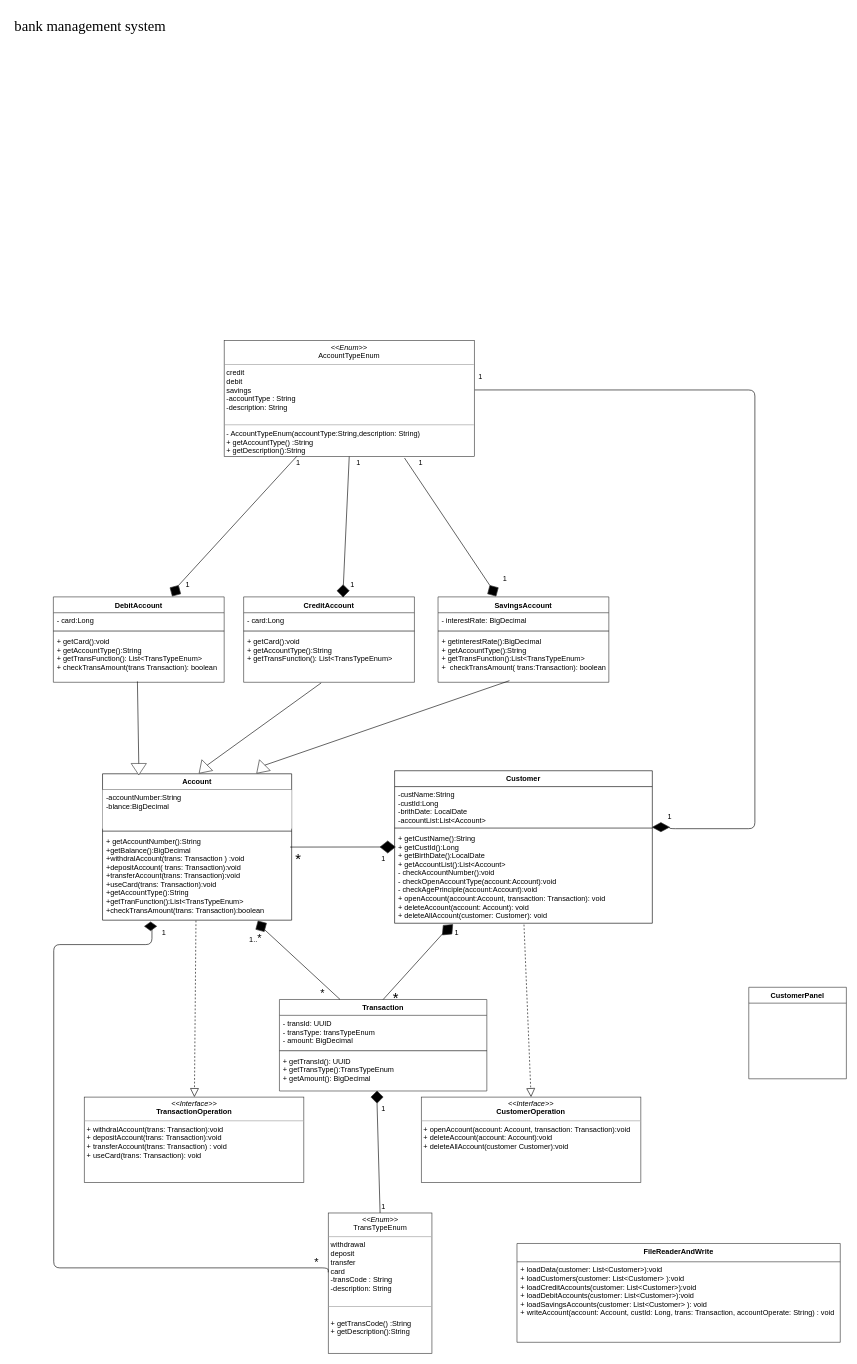
Before: 草图2.drawio in lupstar/xpan, a draw.io diagram. Source tidied: cells renumbered, new cells numbered last; positions are measured from the earlier drawing's top-left corner, leaving out a move shared by most shapes. Both pictures are drawn from the tidied source at 61%, with x=0, y=0 at pixel (10, 11).
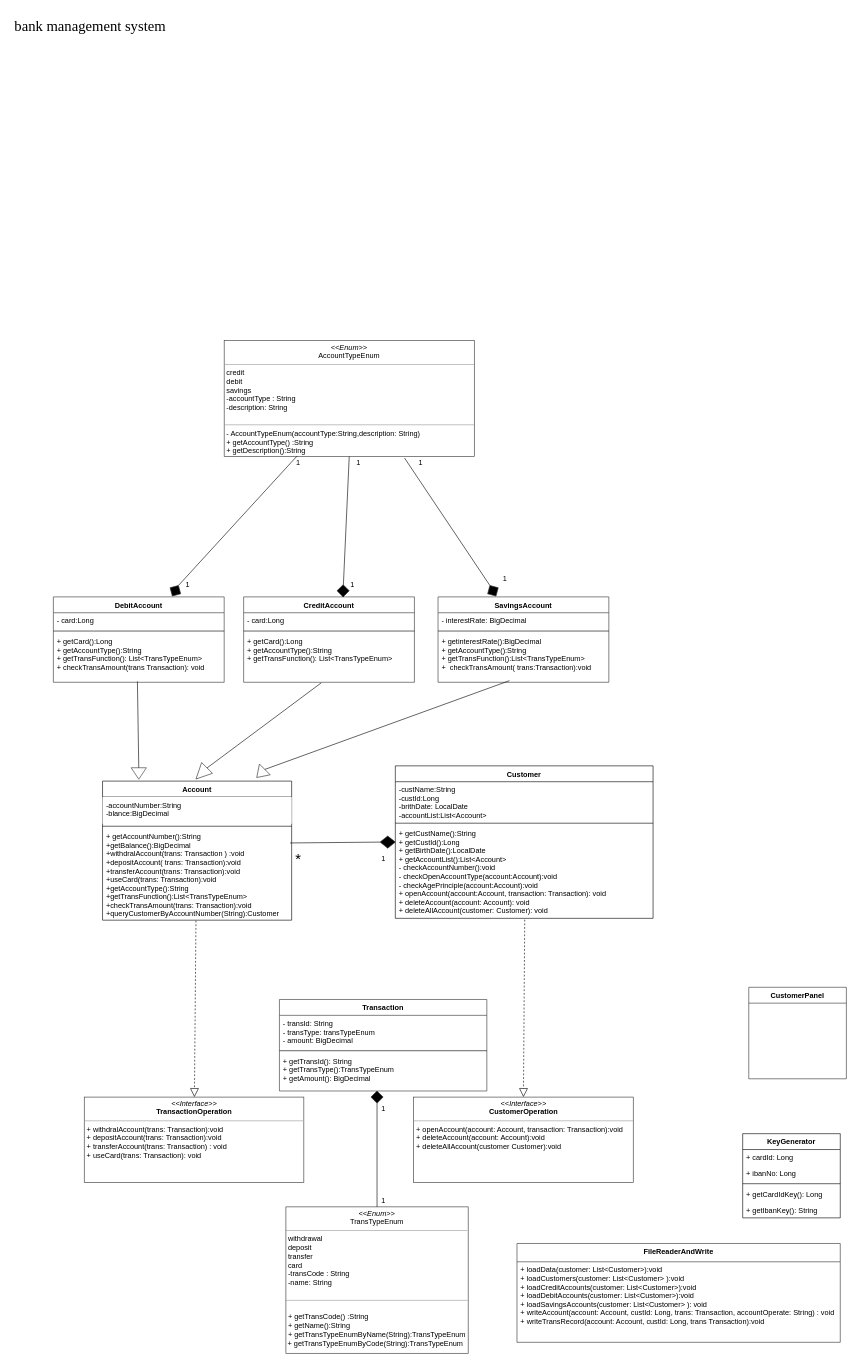
After the change.

Unchanged cells that the change refers to:
```xml
<mxCell id="15" value="DebitAccount" style="swimlane;fontStyle=1;align=center;verticalAlign=top;horizontal=1;startSize=26;strokeColor=#333333;fillColor=#FFFFFF;" parent="1" vertex="1">
  <mxGeometry x="70" y="960" width="280" height="140" as="geometry" />
</mxCell>
<mxCell id="21" value="CreditAccount" style="swimlane;fontStyle=1;align=center;verticalAlign=top;horizontal=1;startSize=26;strokeColor=#333333;fillColor=#FFFFFF;" parent="1" vertex="1">
  <mxGeometry x="381.9" y="960" width="280" height="140" as="geometry" />
</mxCell>
<mxCell id="25" value="SavingsAccount" style="swimlane;fontStyle=1;align=center;verticalAlign=top;horizontal=1;startSize=26;strokeColor=#333333;fillColor=#FFFFFF;" parent="1" vertex="1">
  <mxGeometry x="700.6" y="960" width="280" height="140" as="geometry" />
</mxCell>
<mxCell id="33" value="Transaction" style="swimlane;fontStyle=1;align=center;verticalAlign=top;horizontal=1;startSize=26;strokeColor=#333333;fillColor=#FFFFFF;" parent="1" vertex="1">
  <mxGeometry x="440.6" y="1620" width="340" height="150" as="geometry" />
</mxCell>
<mxCell id="59" value="&lt;p style=&quot;margin: 0px ; margin-top: 4px ; text-align: center&quot;&gt;&lt;i&gt;&amp;lt;&amp;lt;Enum&amp;gt;&amp;gt;&lt;/i&gt;&lt;br&gt;AccountTypeEnum&lt;br&gt;&lt;/p&gt;&lt;hr size=&quot;1&quot;&gt;&lt;p style=&quot;margin: 0px ; margin-left: 4px&quot;&gt;credit&lt;/p&gt;&lt;p style=&quot;margin: 0px ; margin-left: 4px&quot;&gt;debit&lt;/p&gt;&lt;p style=&quot;margin: 0px ; margin-left: 4px&quot;&gt;savings&lt;/p&gt;&lt;p style=&quot;margin: 0px ; margin-left: 4px&quot;&gt;-accountType : String&lt;/p&gt;&lt;p style=&quot;margin: 0px ; margin-left: 4px&quot;&gt;-description:&amp;nbsp;String&lt;/p&gt;&lt;p style=&quot;margin: 0px ; margin-left: 4px&quot;&gt;&lt;br&gt;&lt;/p&gt;&lt;hr size=&quot;1&quot;&gt;&lt;p style=&quot;margin: 0px ; margin-left: 4px&quot;&gt;- AccountTypeEnum(accountType:String,description: String)&lt;/p&gt;&lt;p style=&quot;margin: 0px ; margin-left: 4px&quot;&gt;+ getAccountType() :String&lt;br&gt;+ getDescription():String&lt;/p&gt;&lt;p style=&quot;margin: 0px ; margin-left: 4px&quot;&gt;&lt;br&gt;&lt;/p&gt;&lt;p style=&quot;margin: 0px ; margin-left: 4px&quot;&gt;&lt;br&gt;&lt;/p&gt;&amp;nbsp;" style="verticalAlign=top;align=left;overflow=fill;fontSize=12;fontFamily=Helvetica;html=1;strokeColor=#333333;fillColor=#FFFFFF;" parent="1" vertex="1">
  <mxGeometry x="350" y="540" width="410" height="190" as="geometry" />
</mxCell>
<mxCell id="77" value="FileReaderAndWrite" style="swimlane;fontStyle=1;align=center;verticalAlign=top;horizontal=1;startSize=30;strokeColor=#333333;fillColor=#FFFFFF;" parent="1" vertex="1">
  <mxGeometry x="830" y="2020" width="530" height="162" as="geometry" />
</mxCell>
```

Change to the diagram source:
```diff
@@
     <mxCell id="3" value="Account" style="swimlane;fontStyle=1;align=center;verticalAlign=top;horizontal=1;startSize=26;" parent="1" vertex="1">
-      <mxGeometry x="150.6" y="1250" width="310" height="240" as="geometry" />
+      <mxGeometry x="150.6" y="1262" width="310" height="228" as="geometry" />
     </mxCell>
     <mxCell id="4" value="-accountNumber:String&#10;-blance:BigDecimal" style="text;strokeColor=none;fillColor=#FFFFFF;align=left;verticalAlign=top;spacingLeft=4;spacingRight=4;overflow=hidden;" parent="3" vertex="1">
-      <mxGeometry y="26" width="310" height="64" as="geometry" />
+      <mxGeometry y="26" width="310" height="44" as="geometry" />
     </mxCell>
     <mxCell id="5" style="line;strokeWidth=1;fillColor=none;align=left;verticalAlign=middle;spacingTop=-1;spacingLeft=3;spacingRight=3;labelPosition=right;" parent="3" vertex="1">
-      <mxGeometry y="90" width="310" height="8" as="geometry" />
+      <mxGeometry y="70" width="310" height="8" as="geometry" />
     </mxCell>
-    <mxCell id="6" value="+ getAccountNumber():String&#10;+getBalance():BigDecimal&#10;+withdralAccount(trans: Transaction ) :void&#10;+depositAccount( trans: Transaction):void&#10;+transferAccount(trans: Transaction):void&#10;+useCard(trans: Transaction):void&#10;+getAccountType():String&#10;+getTranFunction():List&lt;TransTypeEnum&gt;&#10;+checkTransAmount(trans: Transaction):boolean" style="text;strokeColor=none;fillColor=none;align=left;verticalAlign=top;spacingLeft=4;spacingRight=4;overflow=hidden;points=[[0,0.5],[1,0.5]];portConstraint=eastwest;" parent="3" vertex="1">
-      <mxGeometry y="98" width="310" height="142" as="geometry" />
+    <mxCell id="6" value="+ getAccountNumber():String&#10;+getBalance():BigDecimal&#10;+withdralAccount(trans: Transaction ) :void&#10;+depositAccount( trans: Transaction):void&#10;+transferAccount(trans: Transaction):void&#10;+useCard(trans: Transaction):void&#10;+getAccountType():String&#10;+getTransFunction():List&lt;TransTypeEnum&gt;&#10;+checkTransAmount(trans: Transaction):void&#10;+queryCustomerByAccountNumber(String):Customer" style="text;strokeColor=none;fillColor=none;align=left;verticalAlign=top;spacingLeft=4;spacingRight=4;overflow=hidden;points=[[0,0.5],[1,0.5]];portConstraint=eastwest;" parent="3" vertex="1">
+      <mxGeometry y="78" width="310" height="150" as="geometry" />
     </mxCell>
     <mxCell id="7" value="Customer" style="swimlane;fontStyle=1;align=center;verticalAlign=top;horizontal=1;startSize=26;" parent="1" vertex="1">
-      <mxGeometry x="629.4" y="1245" width="422.5" height="250" as="geometry" />
+      <mxGeometry x="630.6" y="1237" width="422.5" height="250" as="geometry" />
     </mxCell>
@@
     <mxCell id="13" value="&lt;p style=&quot;margin: 0px ; margin-top: 4px ; text-align: center&quot;&gt;&lt;i&gt;&amp;lt;&amp;lt;Interface&amp;gt;&amp;gt;&lt;/i&gt;&lt;br&gt;&lt;b&gt;CustomerOperation&lt;/b&gt;&lt;/p&gt;&lt;hr size=&quot;1&quot;&gt;&lt;p style=&quot;margin: 0px ; margin-left: 4px&quot;&gt;&lt;/p&gt;&lt;p style=&quot;margin: 0px ; margin-left: 4px&quot;&gt;+ openAccount(account: Account, transaction: Transaction):void&lt;br&gt;+ deleteAccount(account: Account):void&lt;/p&gt;&lt;p style=&quot;margin: 0px ; margin-left: 4px&quot;&gt;+ deleteAllAccount(customer Customer):void&lt;/p&gt;" style="verticalAlign=top;align=left;overflow=fill;fontSize=12;fontFamily=Helvetica;html=1;strokeColor=#333333;fillColor=#FFFFFF;" parent="1" vertex="1">
-      <mxGeometry x="673.1" y="1780" width="360" height="140" as="geometry" />
+      <mxGeometry x="660.6" y="1780" width="360" height="140" as="geometry" />
     </mxCell>
@@
-    <mxCell id="18" value="+ getCard():void&#10;+ getAccountType():String&#10;+ getTransFunction(): List&lt;TransTypeEnum&gt;&#10;+ checkTransAmount(trans Transaction): boolean" style="text;strokeColor=none;fillColor=none;align=left;verticalAlign=top;spacingLeft=4;spacingRight=4;overflow=hidden;points=[[0,0.5],[1,0.5]];portConstraint=eastwest;" parent="15" vertex="1">
+    <mxCell id="18" value="+ getCard():Long&#10;+ getAccountType():String&#10;+ getTransFunction(): List&lt;TransTypeEnum&gt;&#10;+ checkTransAmount(trans Transaction): void" style="text;strokeColor=none;fillColor=none;align=left;verticalAlign=top;spacingLeft=4;spacingRight=4;overflow=hidden;points=[[0,0.5],[1,0.5]];portConstraint=eastwest;" parent="15" vertex="1">
       <mxGeometry y="60" width="280" height="80" as="geometry" />
     </mxCell>
     <mxCell id="19" style="triangle;whiteSpace=wrap;html=1;strokeColor=#333333;fillColor=#FFFFFF;rotation=90;" parent="1" vertex="1">
-      <mxGeometry x="200.6" y="1230" width="18.8" height="25" as="geometry" />
+      <mxGeometry x="200.6" y="1237" width="18.8" height="25" as="geometry" />
     </mxCell>
@@
-    <mxCell id="24" value="+ getCard():void&#10;+ getAccountType():String&#10;+ getTransFunction(): List&lt;TransTypeEnum&gt;&#10;" style="text;strokeColor=none;fillColor=none;align=left;verticalAlign=top;spacingLeft=4;spacingRight=4;overflow=hidden;points=[[0,0.5],[1,0.5]];portConstraint=eastwest;" parent="21" vertex="1">
+    <mxCell id="24" value="+ getCard():Long&#10;+ getAccountType():String&#10;+ getTransFunction(): List&lt;TransTypeEnum&gt;&#10;" style="text;strokeColor=none;fillColor=none;align=left;verticalAlign=top;spacingLeft=4;spacingRight=4;overflow=hidden;points=[[0,0.5],[1,0.5]];portConstraint=eastwest;" parent="21" vertex="1">
       <mxGeometry y="60" width="280" height="80" as="geometry" />
     </mxCell>
@@
-    <mxCell id="28" value="+ getinterestRate():BigDecimal&#10;+ getAccountType():String&#10;+ getTransFunction():List&lt;TransTypeEnum&gt;&#10;+  checkTransAmount( trans:Transaction): boolean &#10;" style="text;strokeColor=none;fillColor=none;align=left;verticalAlign=top;spacingLeft=4;spacingRight=4;overflow=hidden;points=[[0,0.5],[1,0.5]];portConstraint=eastwest;" parent="25" vertex="1">
+    <mxCell id="28" value="+ getinterestRate():BigDecimal&#10;+ getAccountType():String&#10;+ getTransFunction():List&lt;TransTypeEnum&gt;&#10;+  checkTransAmount( trans:Transaction):void" style="text;strokeColor=none;fillColor=none;align=left;verticalAlign=top;spacingLeft=4;spacingRight=4;overflow=hidden;points=[[0,0.5],[1,0.5]];portConstraint=eastwest;" parent="25" vertex="1">
       <mxGeometry y="60" width="280" height="80" as="geometry" />
     </mxCell>
     <mxCell id="29" style="triangle;whiteSpace=wrap;html=1;strokeColor=#333333;fillColor=#FFFFFF;rotation=135;" parent="1" vertex="1">
-      <mxGeometry x="306.2" y="1230" width="18.8" height="25" as="geometry" />
+      <mxGeometry x="300" y="1237" width="25.7" height="25" as="geometry" />
     </mxCell>
@@
     <mxCell id="31" style="triangle;whiteSpace=wrap;html=1;strokeColor=#333333;fillColor=#FFFFFF;rotation=135;" parent="1" vertex="1">
-      <mxGeometry x="400.6" y="1230" width="18.8" height="25" as="geometry" />
+      <mxGeometry x="400.6" y="1237" width="18.8" height="25" as="geometry" />
     </mxCell>
@@
-    <mxCell id="34" value="- transId: UUID&#10;- transType: transTypeEnum&#10;- amount: BigDecimal" style="text;strokeColor=none;fillColor=none;align=left;verticalAlign=top;spacingLeft=4;spacingRight=4;overflow=hidden;" parent="33" vertex="1">
+    <mxCell id="34" value="- transId: String&#10;- transType: transTypeEnum&#10;- amount: BigDecimal" style="text;strokeColor=none;fillColor=none;align=left;verticalAlign=top;spacingLeft=4;spacingRight=4;overflow=hidden;" parent="33" vertex="1">
       <mxGeometry y="26" width="340" height="54" as="geometry" />
     </mxCell>
@@
-    <mxCell id="36" value="+ getTransId(): UUID&#10;+ getTransType():TransTypeEnum&#10;+ getAmount(): BigDecimal&#10;" style="text;strokeColor=none;fillColor=none;align=left;verticalAlign=top;spacingLeft=4;spacingRight=4;overflow=hidden;" parent="33" vertex="1">
+    <mxCell id="36" value="+ getTransId(): String&#10;+ getTransType():TransTypeEnum&#10;+ getAmount(): BigDecimal&#10;" style="text;strokeColor=none;fillColor=none;align=left;verticalAlign=top;spacingLeft=4;spacingRight=4;overflow=hidden;" parent="33" vertex="1">
       <mxGeometry y="88" width="340" height="62" as="geometry" />
     </mxCell>
-    <mxCell id="37" style="endArrow=none;html=1;exitX=0.992;exitY=0.156;exitDx=0;exitDy=0;exitPerimeter=0;" parent="1" edge="1" source="6">
-      <mxGeometry relative="1" as="geometry">
-        <mxPoint x="610.6" y="1370" as="targetPoint" />
-      </mxGeometry>
+    <mxCell id="37" style="endArrow=none;html=1;exitX=0.992;exitY=0.156;exitDx=0;exitDy=0;exitPerimeter=0;entryX=0;entryY=0.5;entryDx=0;entryDy=0;" parent="1" edge="1" source="6" target="38">
+      <mxGeometry relative="1" as="geometry" />
     </mxCell>
     <mxCell id="38" style="rhombus;whiteSpace=wrap;html=1;strokeColor=#333333;fillColor=#000000;" parent="1" vertex="1">
-      <mxGeometry x="605.6" y="1360" width="25" height="20" as="geometry" />
+      <mxGeometry x="605.6" y="1352" width="25" height="20" as="geometry" />
     </mxCell>
@@
-    <mxCell id="41" style="group;" parent="1" vertex="1">
-      <mxGeometry x="700.6" y="1490" width="31.1" height="31.1" as="geometry" />
-    </mxCell>
-    <mxCell id="42" style="endArrow=none;html=1;exitX=0.5;exitY=0;exitDx=0;exitDy=0;" parent="41" edge="1" source="33">
-      <mxGeometry relative="1" as="geometry">
-        <mxPoint x="13.6" y="15.6" as="targetPoint" />
-      </mxGeometry>
-    </mxCell>
-    <mxCell id="43" style="rhombus;whiteSpace=wrap;html=1;strokeColor=#333333;fillColor=#000000;rotation=135;" parent="41" vertex="1">
-      <mxGeometry x="3.6" y="5.6" width="24" height="20" as="geometry" />
-    </mxCell>
-    <mxCell id="44" value="1" style="text;html=1;align=center;verticalAlign=middle;" parent="1" vertex="1">
-      <mxGeometry x="720.6" y="1500" width="20" height="20" as="geometry" />
-    </mxCell>
-    <mxCell id="45" value="&lt;font style=&quot;font-size: 24px&quot;&gt;*&lt;/font&gt;" style="text;html=1;align=center;verticalAlign=middle;" parent="1" vertex="1">
-      <mxGeometry x="620.6" y="1609" width="20" height="20" as="geometry" />
-    </mxCell>
-    <mxCell id="46" style="rhombus;whiteSpace=wrap;html=1;strokeColor=#333333;fillColor=#000000;rotation=-30;" parent="1" vertex="1">
-      <mxGeometry x="400.6" y="1490" width="20" height="20" as="geometry" />
-    </mxCell>
-    <mxCell id="47" style="endArrow=none;html=1;exitX=0.292;exitY=-0.001;exitDx=0;exitDy=0;exitPerimeter=0;" parent="1" edge="1" source="33">
-      <mxGeometry relative="1" as="geometry">
-        <mxPoint x="415.6" y="1505" as="targetPoint" />
-      </mxGeometry>
-    </mxCell>
-    <mxCell id="48" value="&lt;font style=&quot;font-size: 12px&quot;&gt;1..&lt;/font&gt;&lt;font style=&quot;font-size: 18px&quot;&gt;*&lt;/font&gt;" style="text;html=1;align=center;verticalAlign=middle;" parent="1" vertex="1">
-      <mxGeometry x="380.6" y="1510" width="40" height="20" as="geometry" />
-    </mxCell>
-    <mxCell id="49" value="&lt;font style=&quot;font-size: 18px&quot;&gt;*&lt;/font&gt;" style="text;html=1;align=center;verticalAlign=middle;" parent="1" vertex="1">
-      <mxGeometry x="500.6" y="1600" width="20" height="20" as="geometry" />
-    </mxCell>
-    <mxCell id="50" value="&lt;p style=&quot;margin: 0px ; margin-top: 4px ; text-align: center&quot;&gt;&lt;i&gt;&amp;lt;&amp;lt;Enum&amp;gt;&amp;gt;&lt;/i&gt;&lt;br&gt;TransTypeEnum&lt;br&gt;&lt;/p&gt;&lt;hr size=&quot;1&quot;&gt;&lt;p style=&quot;margin: 0px ; margin-left: 4px&quot;&gt;withdrawal&lt;/p&gt;&lt;p style=&quot;margin: 0px ; margin-left: 4px&quot;&gt;deposit&lt;/p&gt;&lt;p style=&quot;margin: 0px ; margin-left: 4px&quot;&gt;transfer&lt;/p&gt;&lt;p style=&quot;margin: 0px ; margin-left: 4px&quot;&gt;card&lt;br&gt;-transCode : String&lt;/p&gt;&lt;p style=&quot;margin: 0px ; margin-left: 4px&quot;&gt;-description:&amp;nbsp;String&lt;/p&gt;&lt;p style=&quot;margin: 0px ; margin-left: 4px&quot;&gt;&lt;br&gt;&lt;/p&gt;&lt;hr size=&quot;1&quot;&gt;&lt;p style=&quot;margin: 0px ; margin-left: 4px&quot;&gt;&lt;br&gt;&lt;/p&gt;&lt;p style=&quot;margin: 0px ; margin-left: 4px&quot;&gt;+ getTransCode() :String&lt;br&gt;+ getDescription():String&lt;/p&gt;&lt;p style=&quot;margin: 0px ; margin-left: 4px&quot;&gt;&lt;br&gt;&lt;/p&gt;&amp;nbsp;" style="verticalAlign=top;align=left;overflow=fill;fontSize=12;fontFamily=Helvetica;html=1;strokeColor=#333333;fillColor=#FFFFFF;" parent="1" vertex="1">
-      <mxGeometry x="520.6" y="1970" width="170" height="230" as="geometry" />
+    <mxCell id="50" value="&lt;p style=&quot;margin: 0px ; margin-top: 4px ; text-align: center&quot;&gt;&lt;i&gt;&amp;lt;&amp;lt;Enum&amp;gt;&amp;gt;&lt;/i&gt;&lt;br&gt;TransTypeEnum&lt;br&gt;&lt;/p&gt;&lt;hr size=&quot;1&quot;&gt;&lt;p style=&quot;margin: 0px ; margin-left: 4px&quot;&gt;withdrawal&lt;/p&gt;&lt;p style=&quot;margin: 0px ; margin-left: 4px&quot;&gt;deposit&lt;/p&gt;&lt;p style=&quot;margin: 0px ; margin-left: 4px&quot;&gt;transfer&lt;/p&gt;&lt;p style=&quot;margin: 0px ; margin-left: 4px&quot;&gt;card&lt;br&gt;-transCode : String&lt;/p&gt;&lt;p style=&quot;margin: 0px ; margin-left: 4px&quot;&gt;-name:&amp;nbsp;String&lt;/p&gt;&lt;p style=&quot;margin: 0px ; margin-left: 4px&quot;&gt;&lt;br&gt;&lt;/p&gt;&lt;hr size=&quot;1&quot;&gt;&lt;p style=&quot;margin: 0px ; margin-left: 4px&quot;&gt;&lt;br&gt;&lt;/p&gt;&lt;p style=&quot;margin: 0px ; margin-left: 4px&quot;&gt;+ getTransCode() :String&lt;br&gt;+ getName():String&lt;/p&gt;&lt;p style=&quot;margin: 0px ; margin-left: 4px&quot;&gt;+ getTransTypeEnumByName(String):TransTypeEnum&lt;/p&gt;&lt;span style=&quot;text-align: center&quot;&gt;&amp;nbsp;+ getTransTypeEnumByCode(String):TransTypeEnum&lt;br&gt;&lt;/span&gt;&lt;br&gt;&lt;p style=&quot;margin: 0px ; margin-left: 4px&quot;&gt;&lt;br&gt;&lt;/p&gt;&amp;nbsp;" style="verticalAlign=top;align=left;overflow=fill;fontSize=12;fontFamily=Helvetica;html=1;strokeColor=#333333;fillColor=#FFFFFF;" parent="1" vertex="1">
+      <mxGeometry x="451.2" y="1960" width="298.8" height="240" as="geometry" />
     </mxCell>
@@
     <mxCell id="54" value="1" style="text;html=1;align=center;verticalAlign=middle;" parent="1" vertex="1">
-      <mxGeometry x="600.6" y="1950" width="20" height="20" as="geometry" />
+      <mxGeometry x="600.6" y="1940" width="20" height="20" as="geometry" />
     </mxCell>
-    <mxCell id="55" style="endArrow=none;html=1;edgeStyle=orthogonalEdgeStyle;entryX=0;entryY=0.423;entryDx=0;entryDy=0;entryPerimeter=0;exitX=0.612;exitY=0.5;exitDx=0;exitDy=0;exitPerimeter=0;" parent="1" edge="1" source="56" target="50">
-      <mxGeometry relative="1" as="geometry">
-        <Array as="points">
-          <mxPoint x="231.6" y="1530" />
-          <mxPoint x="70.6" y="1530" />
-          <mxPoint x="70.6" y="2060" />
-        </Array>
-      </mxGeometry>
-    </mxCell>
-    <mxCell id="56" style="rhombus;whiteSpace=wrap;html=1;strokeColor=#333333;fillColor=#000000;" parent="1" vertex="1">
-      <mxGeometry x="219.4" y="1492.8" width="20" height="14.4" as="geometry" />
-    </mxCell>
-    <mxCell id="57" value="&lt;font style=&quot;font-size: 18px&quot;&gt;*&lt;/font&gt;" style="text;html=1;align=center;verticalAlign=middle;" parent="1" vertex="1">
-      <mxGeometry x="490.6" y="2042" width="20" height="20" as="geometry" />
-    </mxCell>
-    <mxCell id="58" value="1" style="text;html=1;align=center;verticalAlign=middle;" parent="1" vertex="1">
-      <mxGeometry x="240.6" y="1500" width="20" height="20" as="geometry" />
-    </mxCell>
@@
-    <mxCell id="73" style="endArrow=none;html=1;edgeStyle=orthogonalEdgeStyle;entryX=1.002;entryY=0.425;entryDx=0;entryDy=0;entryPerimeter=0;exitX=1;exitY=0.5;exitDx=0;exitDy=0;" parent="1" edge="1" source="74" target="59">
-      <mxGeometry relative="1" as="geometry">
-        <Array as="points">
-          <mxPoint x="1080" y="1340" />
-          <mxPoint x="1220" y="1340" />
-          <mxPoint x="1220" y="621" />
-        </Array>
-      </mxGeometry>
-    </mxCell>
-    <mxCell id="74" style="rhombus;whiteSpace=wrap;html=1;strokeColor=#333333;fillColor=#000000;" parent="1" vertex="1">
-      <mxGeometry x="1051.9" y="1330" width="28.1" height="15" as="geometry" />
-    </mxCell>
-    <mxCell id="75" value="1" style="text;html=1;align=center;verticalAlign=middle;" parent="1" vertex="1">
-      <mxGeometry x="1070" y="1310" width="20" height="20" as="geometry" />
-    </mxCell>
-    <mxCell id="76" value="1" style="text;html=1;align=center;verticalAlign=middle;" parent="1" vertex="1">
-      <mxGeometry x="760" y="590" width="20" height="20" as="geometry" />
-    </mxCell>
@@
-    <mxCell id="78" value="+ loadData(customer: List&lt;Customer&gt;):void&#10;+ loadCustomers(customer: List&lt;Customer&gt; ):void&#10;+ loadCreditAccounts(customer: List&lt;Customer&gt;):void&#10;+ loadDebitAccounts(customer: List&lt;Customer&gt;):void&#10;+ loadSavingsAccounts(customer: List&lt;Customer&gt; ): void&#10;+ writeAccount(account: Account, custId: Long, trans: Transaction, accountOperate: String) : void" style="text;strokeColor=none;fillColor=none;align=left;verticalAlign=top;spacingLeft=4;spacingRight=4;overflow=hidden;" parent="77" vertex="1">
+    <mxCell id="78" value="+ loadData(customer: List&lt;Customer&gt;):void&#10;+ loadCustomers(customer: List&lt;Customer&gt; ):void&#10;+ loadCreditAccounts(customer: List&lt;Customer&gt;):void&#10;+ loadDebitAccounts(customer: List&lt;Customer&gt;):void&#10;+ loadSavingsAccounts(customer: List&lt;Customer&gt; ): void&#10;+ writeAccount(account: Account, custId: Long, trans: Transaction, accountOperate: String) : void&#10;+ writeTransRecord(account: Account, custId: Long, trans Transaction):void" style="text;strokeColor=none;fillColor=none;align=left;verticalAlign=top;spacingLeft=4;spacingRight=4;overflow=hidden;" parent="77" vertex="1">
       <mxGeometry y="30" width="530" height="132" as="geometry" />
     </mxCell>
@@
+    <mxCell id="80" value="KeyGenerator" style="swimlane;fontStyle=1;align=center;verticalAlign=top;horizontal=1;startSize=26;" parent="1" vertex="1">
+      <mxGeometry x="1200" y="1840" width="160" height="138" as="geometry" />
+    </mxCell>
+    <mxCell id="81" value="+ cardId: Long" style="text;strokeColor=none;fillColor=none;align=left;verticalAlign=top;spacingLeft=4;spacingRight=4;overflow=hidden;" parent="80" vertex="1">
+      <mxGeometry y="26" width="160" height="26" as="geometry" />
+    </mxCell>
+    <mxCell id="82" value="+ ibanNo: Long" style="text;strokeColor=none;fillColor=none;align=left;verticalAlign=top;spacingLeft=4;spacingRight=4;overflow=hidden;" parent="80" vertex="1">
+      <mxGeometry y="52" width="160" height="26" as="geometry" />
+    </mxCell>
+    <mxCell id="83" style="line;strokeWidth=1;fillColor=none;align=left;verticalAlign=middle;spacingTop=-1;spacingLeft=3;spacingRight=3;labelPosition=right;" parent="80" vertex="1">
+      <mxGeometry y="78" width="160" height="8" as="geometry" />
+    </mxCell>
+    <mxCell id="84" value="+ getCardIdKey(): Long" style="text;strokeColor=none;fillColor=none;align=left;verticalAlign=top;spacingLeft=4;spacingRight=4;overflow=hidden;" parent="80" vertex="1">
+      <mxGeometry y="86" width="160" height="26" as="geometry" />
+    </mxCell>
+    <mxCell id="85" value="+ getIbanKey(): String" style="text;strokeColor=none;fillColor=none;align=left;verticalAlign=top;spacingLeft=4;spacingRight=4;overflow=hidden;" parent="80" vertex="1">
+      <mxGeometry y="112" width="160" height="26" as="geometry" />
+    </mxCell>
```
